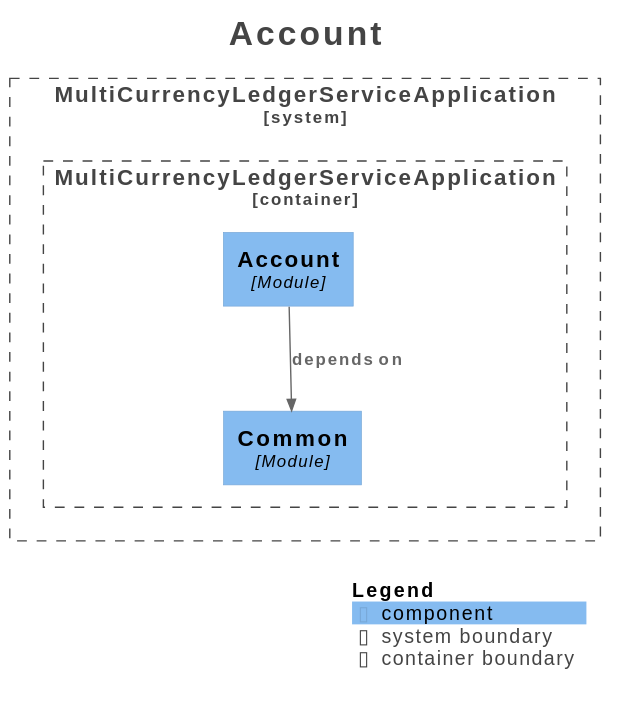
RaonJena99/multi-currency-ledger-service keeps this PlantUML diagram as docs/architecture/modulith/module-account.svg. Above is the earlier version.
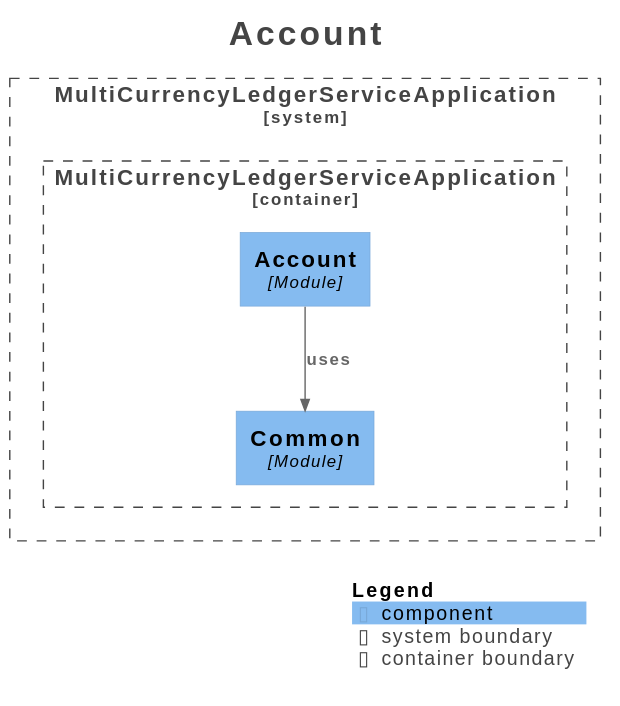
After the commit.

Diff of the diagram source:
```diff
@@ -23,7 +23,7 @@
 
 }
 
-Rel(MultiCurrencyLedgerServiceApplication.MultiCurrencyLedgerServiceApplication.Account, MultiCurrencyLedgerServiceApplication.MultiCurrencyLedgerServiceApplication.Common, "depends on", $techn="", $tags="", $link="")
+Rel(MultiCurrencyLedgerServiceApplication.MultiCurrencyLedgerServiceApplication.Account, MultiCurrencyLedgerServiceApplication.MultiCurrencyLedgerServiceApplication.Common, "uses", $techn="", $tags="", $link="")
 
 SHOW_LEGEND(true)
 hide stereotypes
```
